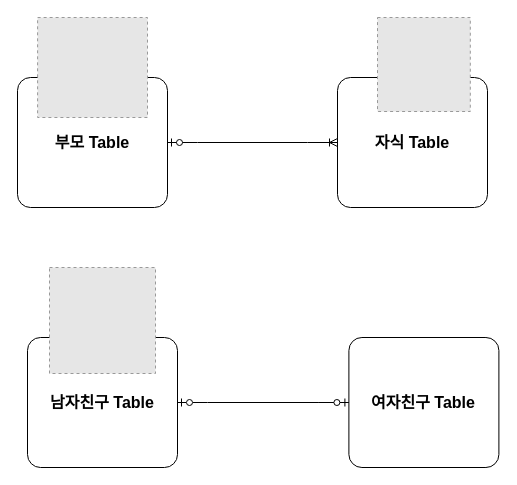
This is page "Page-5" (5 of 9) of mySQL.drawio from Biewoom/SuperCodingText, a draw.io file, before an edit. Source tidied: cells renumbered, new cells numbered last; positions are measured from the earlier drawing's top-left corner, leaving out a move shared by most shapes. Both pictures are drawn from the tidied source at 100%, with x=0, y=0 at pixel (17, 17). Pictures stored in the file or linked from it are replaced by grey dashed boxes.
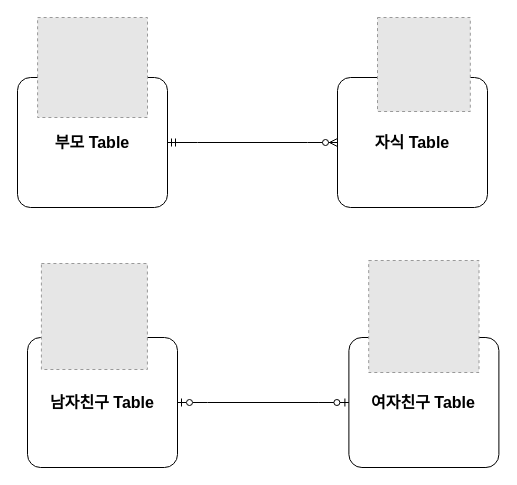
After the change.

The edit, as a diff of the source:
```diff
@@
 <mxGraphModel>
   <root>
     <mxCell id="0" />
     <mxCell id="1" parent="0" />
     <mxCell id="2" value="&lt;b style=&quot;border-color: var(--border-color); font-size: 16px;&quot;&gt;부모 Table&lt;/b&gt;" style="rounded=1;arcSize=10;whiteSpace=wrap;html=1;align=center;" parent="1" vertex="1">
       <mxGeometry y="60" width="150" height="130" as="geometry" />
     </mxCell>
     <mxCell id="3" style="fillColor=#E6E6E6;strokeColor=#999999;dashed=1;verticalLabelPosition=bottom;labelBackgroundColor=default;verticalAlign=top;" parent="1" vertex="1">
       <mxGeometry x="20.1" width="109.9" height="100" as="geometry" />
     </mxCell>
-    <mxCell id="4" style="edgeStyle=entityRelationEdgeStyle;fontSize=12;html=1;endArrow=ERoneToMany;startArrow=ERzeroToOne;rounded=0;exitX=1;exitY=0.5;exitDx=0;exitDy=0;" parent="1" edge="1" source="2" target="5">
-      <mxGeometry relative="1" as="geometry" />
-    </mxCell>
     <mxCell id="5" value="&lt;b style=&quot;border-color: var(--border-color); font-size: 16px;&quot;&gt;자식 Table&lt;/b&gt;" style="rounded=1;arcSize=10;whiteSpace=wrap;html=1;align=center;" parent="1" vertex="1">
       <mxGeometry x="320" y="60" width="150" height="130" as="geometry" />
     </mxCell>
     <mxCell id="6" style="fillColor=#E6E6E6;strokeColor=#999999;dashed=1;verticalLabelPosition=bottom;labelBackgroundColor=default;verticalAlign=top;" parent="1" vertex="1">
       <mxGeometry x="360" width="92.8" height="94" as="geometry" />
     </mxCell>
     <mxCell id="7" value="&lt;b style=&quot;border-color: var(--border-color); font-size: 16px;&quot;&gt;남자친구 Table&lt;/b&gt;" style="rounded=1;arcSize=10;whiteSpace=wrap;html=1;align=center;" parent="1" vertex="1">
       <mxGeometry x="10" y="320" width="150" height="130" as="geometry" />
     </mxCell>
     <mxCell id="8" style="fillColor=#E6E6E6;strokeColor=#999999;dashed=1;verticalLabelPosition=bottom;labelBackgroundColor=default;verticalAlign=top;" parent="1" vertex="1">
-      <mxGeometry x="32" y="250" width="106" height="106" as="geometry" />
+      <mxGeometry x="23.9" y="246" width="106" height="106" as="geometry" />
     </mxCell>
     <mxCell id="9" value="&lt;b style=&quot;border-color: var(--border-color); font-size: 16px;&quot;&gt;여자친구 Table&lt;/b&gt;" style="rounded=1;arcSize=10;whiteSpace=wrap;html=1;align=center;" parent="1" vertex="1">
       <mxGeometry x="331.4" y="320" width="150" height="130" as="geometry" />
     </mxCell>
     <mxCell id="10" style="edgeStyle=entityRelationEdgeStyle;fontSize=12;html=1;endArrow=ERzeroToOne;endFill=1;rounded=0;entryX=0;entryY=0.5;entryDx=0;entryDy=0;exitX=1;exitY=0.5;exitDx=0;exitDy=0;startArrow=ERzeroToOne;startFill=0;" parent="1" edge="1" source="7" target="9">
       <mxGeometry relative="1" as="geometry" />
     </mxCell>
+    <mxCell id="11" style="fillColor=#E6E6E6;strokeColor=#999999;dashed=1;verticalLabelPosition=bottom;labelBackgroundColor=default;verticalAlign=top;" parent="1" vertex="1">
+      <mxGeometry x="351.2" y="243" width="110.3" height="112" as="geometry" />
+    </mxCell>
+    <mxCell id="4" style="edgeStyle=entityRelationEdgeStyle;fontSize=12;html=1;endArrow=ERzeroToMany;startArrow=ERmandOne;rounded=0;entryX=0;entryY=0.5;entryDx=0;entryDy=0;exitX=1;exitY=0.5;exitDx=0;exitDy=0;" parent="1" edge="1" source="2" target="5">
+      <mxGeometry relative="1" as="geometry" />
+    </mxCell>
   </root>
 </mxGraphModel>
```
